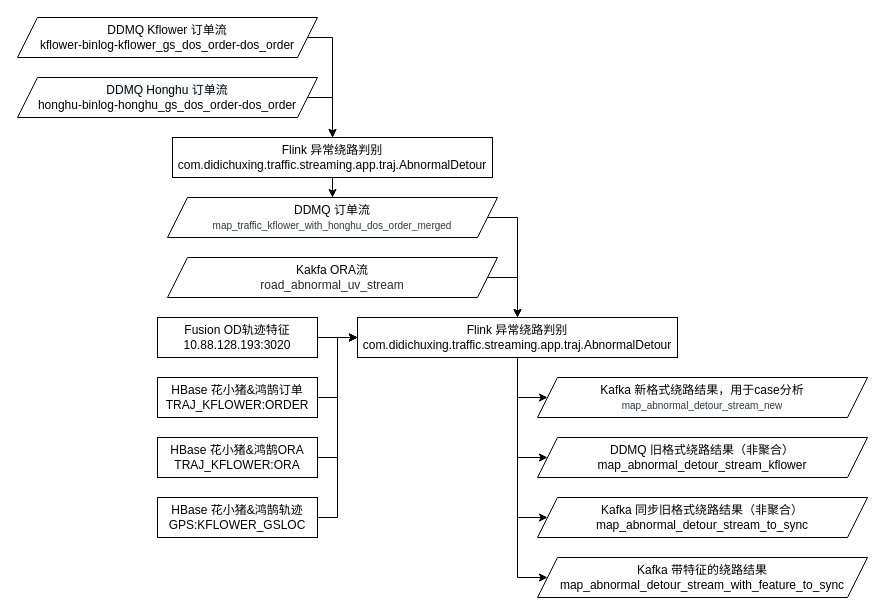
The draw.io diagram 未命名绘图.drawio in MaverickZwt/hangzhou_house_knowledge, before the edit. Source tidied: cells renumbered, new cells numbered last; positions are measured from the earlier drawing's top-left corner, leaving out a move shared by most shapes. Both pictures are drawn from the tidied source at 100%, with x=0, y=0 at pixel (17, 17).
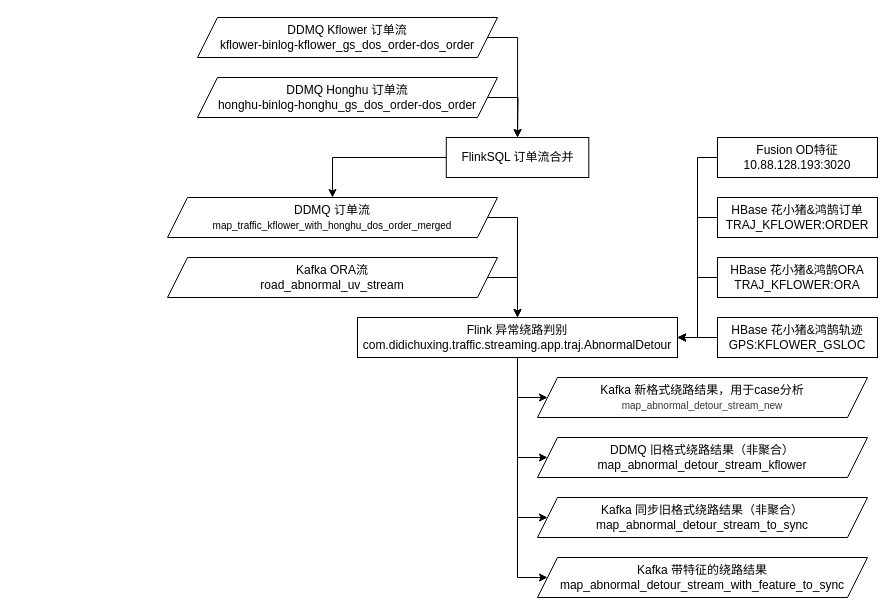
The same diagram, later.

Commit message:
更新未命名绘图.drawio

The change refers to these unchanged cells:
```xml
<mxCell id="10" value="Flink 异常绕路判别&lt;br&gt;com.didichuxing.traffic.streaming.app.traj.AbnormalDetour" style="rounded=0;whiteSpace=wrap;html=1;fontSize=12;" parent="1" vertex="1">
  <mxGeometry x="340" y="300" width="320" height="40" as="geometry" />
</mxCell>
```

The edit, as a diff of the source:
```diff
@@
-    <mxCell id="3" value="&lt;font style=&quot;&quot;&gt;DDMQ 订单流&lt;br&gt;&lt;span style=&quot;color: rgb(50, 54, 64); font-family: PingFangSC; text-align: start; background-color: rgb(255, 255, 255);&quot;&gt;&lt;font style=&quot;font-size: 10px;&quot;&gt;map_traffic_kflower_with_honghu_dos_order_merged&lt;/font&gt;&lt;/span&gt;&lt;/font&gt;" style="shape=parallelogram;perimeter=parallelogramPerimeter;whiteSpace=wrap;html=1;fixedSize=1;" parent="1" vertex="1">
+    <mxCell id="3" value="&lt;font style=&quot;&quot;&gt;DDMQ 订单流&lt;br&gt;&lt;span style=&quot;text-align: start; background-color: rgb(255, 255, 255);&quot;&gt;&lt;font style=&quot;font-size: 10px;&quot;&gt;map_traffic_kflower_with_honghu_dos_order_merged&lt;/font&gt;&lt;/span&gt;&lt;/font&gt;" style="shape=parallelogram;perimeter=parallelogramPerimeter;whiteSpace=wrap;html=1;fixedSize=1;" parent="1" vertex="1">
       <mxGeometry x="150" y="180" width="330" height="40" as="geometry" />
     </mxCell>
@@
-    <mxCell id="5" value="&lt;font style=&quot;&quot;&gt;Kakfa ORA流&lt;br&gt;&lt;span style=&quot;color: rgba(0, 0, 0, 0.85); font-family: PingFangSC-Regular; text-align: start; background-color: rgb(255, 255, 255);&quot;&gt;&lt;font style=&quot;font-size: 12px;&quot;&gt;road_abnormal_uv_stream&lt;/font&gt;&lt;/span&gt;&lt;br&gt;&lt;/font&gt;" style="shape=parallelogram;perimeter=parallelogramPerimeter;whiteSpace=wrap;html=1;fixedSize=1;" parent="1" vertex="1">
+    <mxCell id="5" value="&lt;font style=&quot;&quot;&gt;Kafka ORA流&lt;br&gt;&lt;span style=&quot;text-align: start; background-color: rgb(255, 255, 255);&quot;&gt;&lt;font style=&quot;font-size: 12px;&quot;&gt;road_abnormal_uv_stream&lt;/font&gt;&lt;/span&gt;&lt;br&gt;&lt;/font&gt;" style="shape=parallelogram;perimeter=parallelogramPerimeter;whiteSpace=wrap;html=1;fixedSize=1;" parent="1" vertex="1">
       <mxGeometry x="150" y="240" width="330" height="40" as="geometry" />
     </mxCell>
@@
-    <mxCell id="15" style="edgeStyle=orthogonalEdgeStyle;rounded=0;jettySize=auto;html=1;entryX=0.5;entryY=0;entryDx=0;entryDy=0;fontFamily=Helvetica;fontSize=12;" parent="1" edge="1" source="16" target="3">
+    <mxCell id="15" style="edgeStyle=orthogonalEdgeStyle;rounded=0;jettySize=auto;html=1;entryX=0.5;entryY=0;entryDx=0;entryDy=0;fontFamily=Helvetica;fontSize=12;exitX=0;exitY=0.5;exitDx=0;exitDy=0;" parent="1" edge="1" source="16" target="3">
       <mxGeometry relative="1" as="geometry" />
     </mxCell>
-    <mxCell id="16" value="Flink 异常绕路判别&lt;br&gt;com.didichuxing.traffic.streaming.app.traj.AbnormalDetour" style="rounded=0;whiteSpace=wrap;html=1;fontSize=12;" parent="1" vertex="1">
-      <mxGeometry x="155" y="120" width="320" height="40" as="geometry" />
+    <mxCell id="16" value="FlinkSQL 订单流合并" style="rounded=0;whiteSpace=wrap;html=1;fontSize=12;" parent="1" vertex="1">
+      <mxGeometry x="428.8" y="120" width="142.5" height="40" as="geometry" />
     </mxCell>
-    <mxCell id="17" style="edgeStyle=orthogonalEdgeStyle;rounded=0;jettySize=auto;html=1;exitX=1;exitY=0.5;exitDx=0;exitDy=0;entryX=0.5;entryY=0;entryDx=0;entryDy=0;fontFamily=Helvetica;fontSize=12;" parent="1" edge="1" source="18" target="16">
+    <mxCell id="17" style="edgeStyle=orthogonalEdgeStyle;rounded=0;jettySize=auto;html=1;entryX=0.5;entryY=0;entryDx=0;entryDy=0;fontFamily=Helvetica;fontSize=12;fontColor=#000000;exitX=1;exitY=0.5;exitDx=0;exitDy=0;" parent="1" edge="1" source="18" target="16">
       <mxGeometry relative="1" as="geometry">
         <Array as="points">
-          <mxPoint x="315" y="20" />
+          <mxPoint x="500" y="20" />
         </Array>
       </mxGeometry>
     </mxCell>
     <mxCell id="18" value="&lt;font style=&quot;&quot;&gt;DDMQ Kflower 订单流&lt;br&gt;kflower-binlog-kflower_gs_dos_order-dos_order&lt;br&gt;&lt;/font&gt;" style="shape=parallelogram;perimeter=parallelogramPerimeter;whiteSpace=wrap;html=1;fixedSize=1;" parent="1" vertex="1">
-      <mxGeometry width="300" height="40" as="geometry" />
+      <mxGeometry x="180" width="300" height="40" as="geometry" />
     </mxCell>
-    <mxCell id="19" style="edgeStyle=orthogonalEdgeStyle;rounded=0;jettySize=auto;html=1;exitX=1;exitY=0.5;exitDx=0;exitDy=0;fontFamily=Helvetica;fontSize=12;entryX=0.5;entryY=0;entryDx=0;entryDy=0;" parent="1" edge="1" source="20" target="16">
-      <mxGeometry relative="1" as="geometry">
-        <Array as="points">
-          <mxPoint x="315" y="80" />
-        </Array>
-      </mxGeometry>
-    </mxCell>
+    <mxCell id="29" style="edgeStyle=orthogonalEdgeStyle;rounded=0;jettySize=auto;html=1;exitX=1;exitY=0.5;exitDx=0;exitDy=0;fontFamily=Helvetica;fontSize=12;fontColor=#000000;" parent="1" edge="1" source="20">
+      <mxGeometry relative="1" as="geometry">
+        <mxPoint x="500" y="120" as="targetPoint" />
+      </mxGeometry>
+    </mxCell>
     <mxCell id="20" value="&lt;div style=&quot;text-align: center;&quot;&gt;&lt;span style=&quot;text-align: start; background-color: rgb(248, 249, 250);&quot;&gt;DDMQ Honghu 订单流&lt;/span&gt;&lt;/div&gt;&lt;div style=&quot;text-align: start;&quot;&gt;&lt;span style=&quot;background-color: initial;&quot;&gt;honghu-binlog-honghu_gs_dos_order-dos_order&lt;/span&gt;&lt;/div&gt;" style="shape=parallelogram;perimeter=parallelogramPerimeter;whiteSpace=wrap;html=1;fixedSize=1;" parent="1" vertex="1">
-      <mxGeometry y="60" width="300" height="40" as="geometry" />
+      <mxGeometry x="180" y="60" width="300" height="40" as="geometry" />
     </mxCell>
-    <mxCell id="21" style="edgeStyle=orthogonalEdgeStyle;rounded=0;jettySize=auto;html=1;entryX=0;entryY=0.5;entryDx=0;entryDy=0;fontFamily=Helvetica;fontSize=12;" parent="1" edge="1" source="22" target="10">
-      <mxGeometry relative="1" as="geometry" />
+    <mxCell id="21" style="edgeStyle=orthogonalEdgeStyle;rounded=0;jettySize=auto;html=1;entryX=1;entryY=0.5;entryDx=0;entryDy=0;fontFamily=Helvetica;fontSize=12;" parent="1" edge="1" source="22" target="10">
+      <mxGeometry relative="1" as="geometry">
+        <Array as="points">
+          <mxPoint x="680" y="140" />
+          <mxPoint x="680" y="320" />
+        </Array>
+      </mxGeometry>
     </mxCell>
-    <mxCell id="22" value="Fusion OD轨迹特征&lt;br&gt;10.88.128.193:3020" style="rounded=0;whiteSpace=wrap;html=1;fontFamily=Helvetica;fontSize=12;" parent="1" vertex="1">
-      <mxGeometry x="140" y="300" width="160" height="40" as="geometry" />
+    <mxCell id="22" value="Fusion OD特征&lt;br&gt;10.88.128.193:3020" style="rounded=0;whiteSpace=wrap;html=1;fontFamily=Helvetica;fontSize=12;" parent="1" vertex="1">
+      <mxGeometry x="700" y="120" width="160" height="40" as="geometry" />
     </mxCell>
-    <mxCell id="23" style="edgeStyle=orthogonalEdgeStyle;rounded=0;jettySize=auto;html=1;fontFamily=Helvetica;fontSize=12;" parent="1" edge="1" source="24">
-      <mxGeometry relative="1" as="geometry">
-        <mxPoint x="340" y="320" as="targetPoint" />
-        <Array as="points">
-          <mxPoint x="320" y="380" />
-          <mxPoint x="320" y="320" />
-        </Array>
-      </mxGeometry>
-    </mxCell>
+    <mxCell id="30" style="edgeStyle=orthogonalEdgeStyle;rounded=0;jettySize=auto;html=1;fontFamily=Helvetica;fontSize=12;" parent="1" edge="1" source="24">
+      <mxGeometry relative="1" as="geometry">
+        <mxPoint x="660" y="320" as="targetPoint" />
+        <Array as="points">
+          <mxPoint x="680" y="200" />
+          <mxPoint x="680" y="320" />
+        </Array>
+      </mxGeometry>
+    </mxCell>
     <mxCell id="24" value="HBase 花小猪&amp;amp;鸿鹄订单&lt;br&gt;TRAJ_KFLOWER:ORDER" style="rounded=0;whiteSpace=wrap;html=1;fontFamily=Helvetica;fontSize=12;" parent="1" vertex="1">
-      <mxGeometry x="140" y="360" width="160" height="40" as="geometry" />
+      <mxGeometry x="700" y="180" width="160" height="40" as="geometry" />
     </mxCell>
-    <mxCell id="25" style="edgeStyle=orthogonalEdgeStyle;rounded=0;jettySize=auto;html=1;fontFamily=Helvetica;fontSize=12;" parent="1" edge="1" source="26">
-      <mxGeometry relative="1" as="geometry">
-        <mxPoint x="340" y="320" as="targetPoint" />
-        <Array as="points">
-          <mxPoint x="320" y="440" />
-          <mxPoint x="320" y="320" />
-        </Array>
-      </mxGeometry>
-    </mxCell>
+    <mxCell id="31" style="edgeStyle=orthogonalEdgeStyle;rounded=0;jettySize=auto;html=1;entryX=1;entryY=0.5;entryDx=0;entryDy=0;fontFamily=Helvetica;fontSize=12;" parent="1" edge="1" source="26" target="10">
+      <mxGeometry relative="1" as="geometry">
+        <Array as="points">
+          <mxPoint x="680" y="260" />
+          <mxPoint x="680" y="320" />
+        </Array>
+      </mxGeometry>
+    </mxCell>
     <mxCell id="26" value="HBase 花小猪&amp;amp;鸿鹄ORA&lt;br&gt;TRAJ_KFLOWER:ORA" style="rounded=0;whiteSpace=wrap;html=1;fontFamily=Helvetica;fontSize=12;" parent="1" vertex="1">
-      <mxGeometry x="140" y="420" width="160" height="40" as="geometry" />
+      <mxGeometry x="700" y="240" width="160" height="40" as="geometry" />
     </mxCell>
-    <mxCell id="27" style="edgeStyle=orthogonalEdgeStyle;rounded=0;jettySize=auto;html=1;entryX=0;entryY=0.5;entryDx=0;entryDy=0;fontFamily=Helvetica;fontSize=12;" parent="1" edge="1" source="28" target="10">
+    <mxCell id="27" style="edgeStyle=orthogonalEdgeStyle;rounded=0;jettySize=auto;html=1;entryX=1;entryY=0.5;entryDx=0;entryDy=0;fontFamily=Helvetica;fontSize=12;" parent="1" edge="1" source="28" target="10">
       <mxGeometry relative="1" as="geometry" />
     </mxCell>
     <mxCell id="28" value="HBase 花小猪&amp;amp;鸿鹄轨迹&lt;br&gt;GPS:KFLOWER_GSLOC" style="rounded=0;whiteSpace=wrap;html=1;fontFamily=Helvetica;fontSize=12;" parent="1" vertex="1">
-      <mxGeometry x="140" y="480" width="160" height="40" as="geometry" />
+      <mxGeometry x="700" y="300" width="160" height="40" as="geometry" />
     </mxCell>
```
